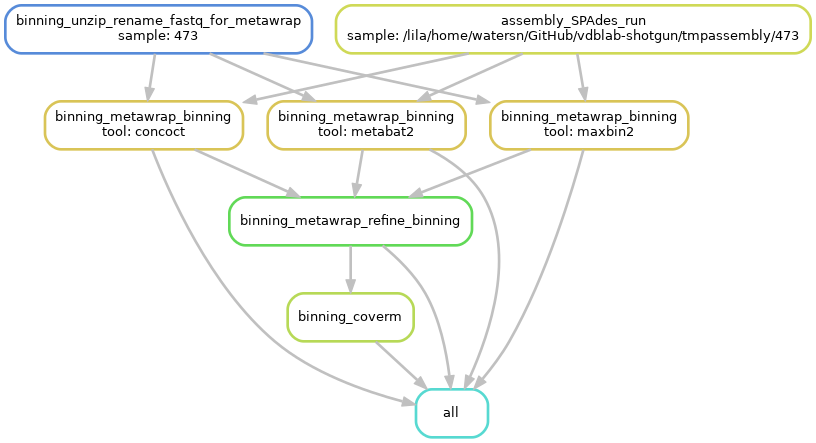
Before: images/binning_dag.png, a diagram exported from Graphviz (vdblab/vdblab-shotgun). Its source is kept beside it as images/binning_dag.dot. Source of this version:
```dot
digraph snakemake_dag {
    graph[bgcolor=white, margin=0];
    node[shape=box, style=rounded, fontname=sans,                 fontsize=10, penwidth=2];
    edge[penwidth=2, color=grey];
	0[label = "all", color = "0.49 0.6 0.85", style="rounded"];
	1[label = "binning_metawrap_binning\ntool: concoct", color = "0.14 0.6 0.85", style="rounded"];
	2[label = "binning_unzip_rename_fastq_for_metawrap\nsample: 473", color = "0.60 0.6 0.85", style="rounded"];
	3[label = "assembly_SPAdes_run\nsample: /lila/home/watersn/GitHub/vdblab-shotgun/tmpassembly/473", color = "0.18 0.6 0.85", style="rounded"];
	4[label = "binning_metawrap_binning\ntool: metabat2", color = "0.14 0.6 0.85", style="rounded"];
	5[label = "binning_metawrap_binning\ntool: maxbin2", color = "0.14 0.6 0.85", style="rounded"];
	6[label = "binning_metawrap_refine_binning", color = "0.32 0.6 0.85", style="rounded"];
	7[label = "binning_coverm", color = "0.21 0.6 0.85", style="rounded"];
	1 -> 0
	4 -> 0
	5 -> 0
	6 -> 0
	7 -> 0
	2 -> 1
	3 -> 1
	2 -> 4
	3 -> 4
	2 -> 5
	3 -> 5
	1 -> 6
	4 -> 6
	5 -> 6
	6 -> 7
}
```
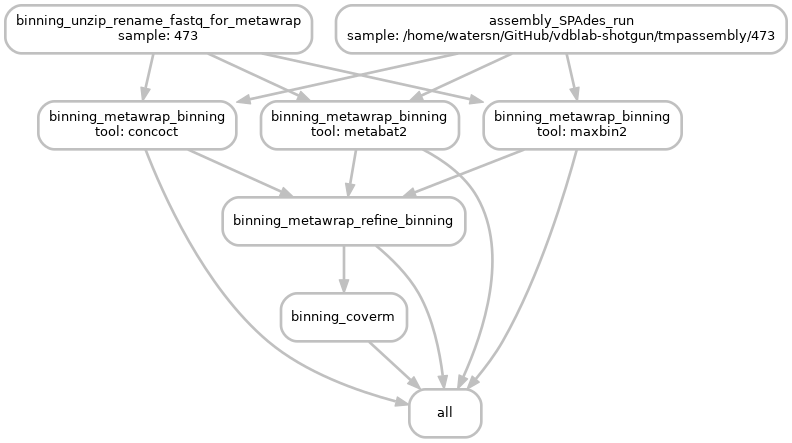
Later version of the same file.

Diff of the diagram source:
```diff
@@ -2,14 +2,14 @@
     graph[bgcolor=white, margin=0];
     node[shape=box, style=rounded, fontname=sans,                 fontsize=10, penwidth=2];
     edge[penwidth=2, color=grey];
-	0[label = "all", color = "0.49 0.6 0.85", style="rounded"];
-	1[label = "binning_metawrap_binning\ntool: concoct", color = "0.14 0.6 0.85", style="rounded"];
-	2[label = "binning_unzip_rename_fastq_for_metawrap\nsample: 473", color = "0.60 0.6 0.85", style="rounded"];
-	3[label = "assembly_SPAdes_run\nsample: /lila/home/watersn/GitHub/vdblab-shotgun/tmpassembly/473", color = "0.18 0.6 0.85", style="rounded"];
-	4[label = "binning_metawrap_binning\ntool: metabat2", color = "0.14 0.6 0.85", style="rounded"];
-	5[label = "binning_metawrap_binning\ntool: maxbin2", color = "0.14 0.6 0.85", style="rounded"];
-	6[label = "binning_metawrap_refine_binning", color = "0.32 0.6 0.85", style="rounded"];
-	7[label = "binning_coverm", color = "0.21 0.6 0.85", style="rounded"];
+	0[label = "all", color = "grey", style="rounded"];
+	1[label = "binning_metawrap_binning\ntool: concoct", color = "grey", style="rounded"];
+	2[label = "binning_unzip_rename_fastq_for_metawrap\nsample: 473", color = "grey", style="rounded"];
+	3[label = "assembly_SPAdes_run\nsample: /home/watersn/GitHub/vdblab-shotgun/tmpassembly/473", color = "grey", style="rounded"];
+	4[label = "binning_metawrap_binning\ntool: metabat2", color = "grey", style="rounded"];
+	5[label = "binning_metawrap_binning\ntool: maxbin2", color = "grey", style="rounded"];
+	6[label = "binning_metawrap_refine_binning", color = "grey", style="rounded"];
+	7[label = "binning_coverm", color = "grey", style="rounded"];
 	1 -> 0
 	4 -> 0
 	5 -> 0
```
